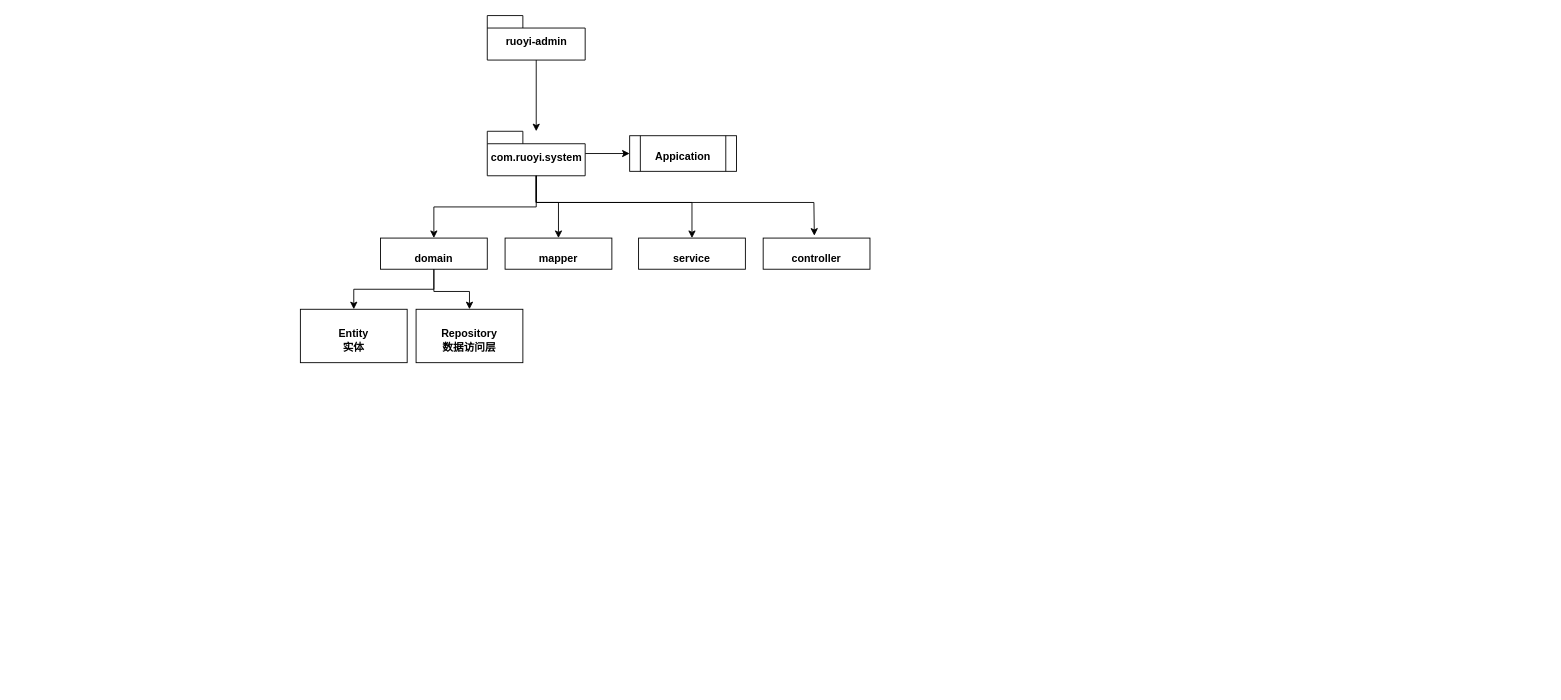
This is page "目录结构" (4 of 6) of RuoYi/若依框架.drawio from weihuohuayi/draw.io, a draw.io file, before an edit. Source tidied: cells renumbered, new cells numbered last; positions are measured from the earlier drawing's top-left corner, leaving out a move shared by most shapes. Both pictures are drawn from the tidied source at 89%, with x=0, y=0 at pixel (300, 15).
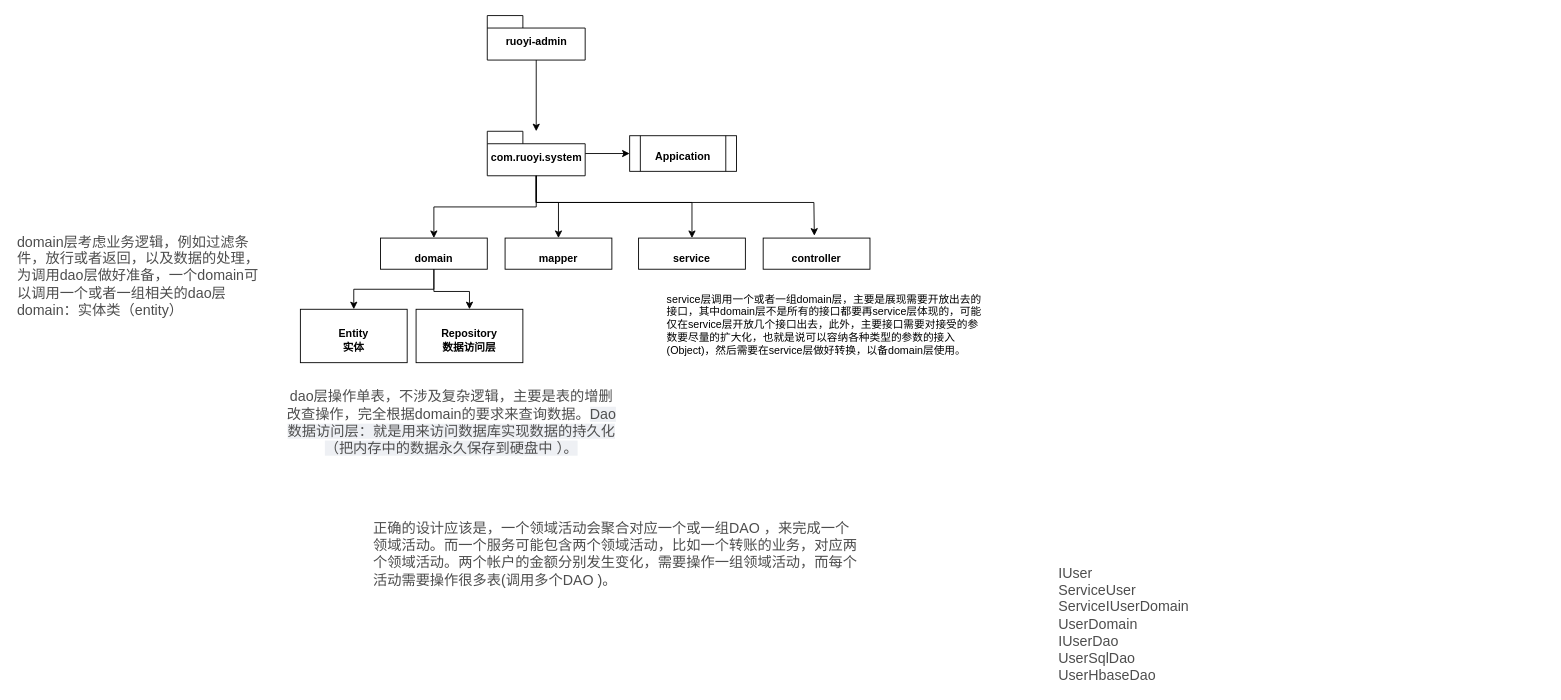
After the change.

The edit, as a diff of the source:
```diff
@@
+    <mxCell id="19" value="&lt;br&gt;&lt;br&gt;&lt;span style=&quot;color: rgb(77 , 77 , 77) ; font-size: 16px ; font-style: normal ; font-weight: 400 ; letter-spacing: normal ; text-indent: 0px ; text-transform: none ; word-spacing: 0px ; background-color: rgb(255 , 255 , 255) ; display: inline ; float: none&quot;&gt;dao层操作单表，不涉及复杂逻辑，主要是表的增删改查操作，完全根据domain的要求来查询数据。&lt;span style=&quot;color: rgb(79 , 79 , 79) ; font-family: , &amp;#34;sf ui text&amp;#34; , &amp;#34;arial&amp;#34; , &amp;#34;pingfang sc&amp;#34; , &amp;#34;hiragino sans gb&amp;#34; , &amp;#34;microsoft yahei&amp;#34; , &amp;#34;wenquanyi micro hei&amp;#34; , sans-serif , &amp;#34;simhei&amp;#34; , &amp;#34;simsun&amp;#34; ; background-color: rgb(238 , 240 , 244)&quot;&gt;Dao 数据访问层：就是用来访问数据库实现数据的持久化（把内存中的数据永久保存到硬盘中 ）。&lt;/span&gt;&lt;br&gt;&lt;/span&gt;&lt;br&gt;" style="text;html=1;strokeColor=none;fillColor=none;align=center;verticalAlign=middle;whiteSpace=wrap;rounded=0;" parent="1" vertex="1">
+      <mxGeometry x="-20" y="435" width="380" height="30" as="geometry" />
+    </mxCell>
+    <mxCell id="20" value="&lt;span style=&quot;text-indent: 0px ; background-color: rgb(255 , 255 , 255) ; display: inline ; float: none&quot;&gt;&lt;font color=&quot;#4d4d4d&quot;&gt;&lt;span style=&quot;font-size: 16px&quot;&gt;domain层考虑业务逻辑，例如过滤条件，放行或者返回，以及数据的处理，为调用dao层做好准备，一个domain可以调用一个或者一组相关的dao层&lt;/span&gt;&lt;/font&gt;&lt;br&gt;&lt;div&gt;&lt;font color=&quot;#4d4d4d&quot;&gt;&lt;span style=&quot;font-size: 16px&quot;&gt;domain：实体类（entity）&lt;/span&gt;&lt;/font&gt;&lt;/div&gt;&lt;/span&gt;" style="text;whiteSpace=wrap;html=1;" parent="1" vertex="1">
+      <mxGeometry x="-320" y="237.5" width="280" height="112.5" as="geometry" />
+    </mxCell>
+    <mxCell id="21" value="service层调用一个或者一组domain层，主要是展现需要开放出去的接口，其中domain层不是所有的接口都要再service层体现的，可能仅在service层开放几个接口出去，此外，主要接口需要对接受的参数要尽量的扩大化，也就是说可以容纳各种类型的参数的接入(Object)，然后需要在service层做好转换，以备domain层使用。" style="text;whiteSpace=wrap;html=1;" parent="1" vertex="1">
+      <mxGeometry x="410" y="305" width="360" height="85" as="geometry" />
+    </mxCell>
+    <mxCell id="22" value="&lt;span style=&quot;color: rgb(77, 77, 77); font-size: 16px; font-style: normal; font-weight: 400; letter-spacing: normal; text-indent: 0px; text-transform: none; word-spacing: 0px; background-color: rgb(255, 255, 255); display: inline; float: none;&quot;&gt;正确的设计应该是，一个领域活动会聚合对应一个或一组DAO&amp;nbsp;，来完成一个领域活动。而一个服务可能包含两个领域活动，比如一个转账的业务，对应两个领域活动。两个帐户的金额分别发生变化，需要操作一组领域活动，而每个活动需要操作很多表(调用多个DAO&amp;nbsp;)。&lt;/span&gt;" style="text;whiteSpace=wrap;html=1;" parent="1" vertex="1">
+      <mxGeometry x="80" y="560" width="550" height="80" as="geometry" />
+    </mxCell>
+    <mxCell id="23" value="&lt;span style=&quot;color: rgb(77 , 77 , 77) ; font-size: 16px ; font-style: normal ; font-weight: 400 ; letter-spacing: normal ; text-indent: 0px ; text-transform: none ; word-spacing: 0px ; background-color: rgb(255 , 255 , 255) ; display: inline ; float: none&quot;&gt;IUser&lt;br&gt;ServiceUser&lt;br&gt;ServiceIUserDomain&lt;br&gt;UserDomain&lt;br&gt;IUserDao&lt;br&gt;UserSqlDao&lt;br&gt;UserHbaseDao&lt;/span&gt;" style="text;whiteSpace=wrap;html=1;" parent="1" vertex="1">
+      <mxGeometry x="850" y="610" width="550" height="50" as="geometry" />
+    </mxCell>
```
